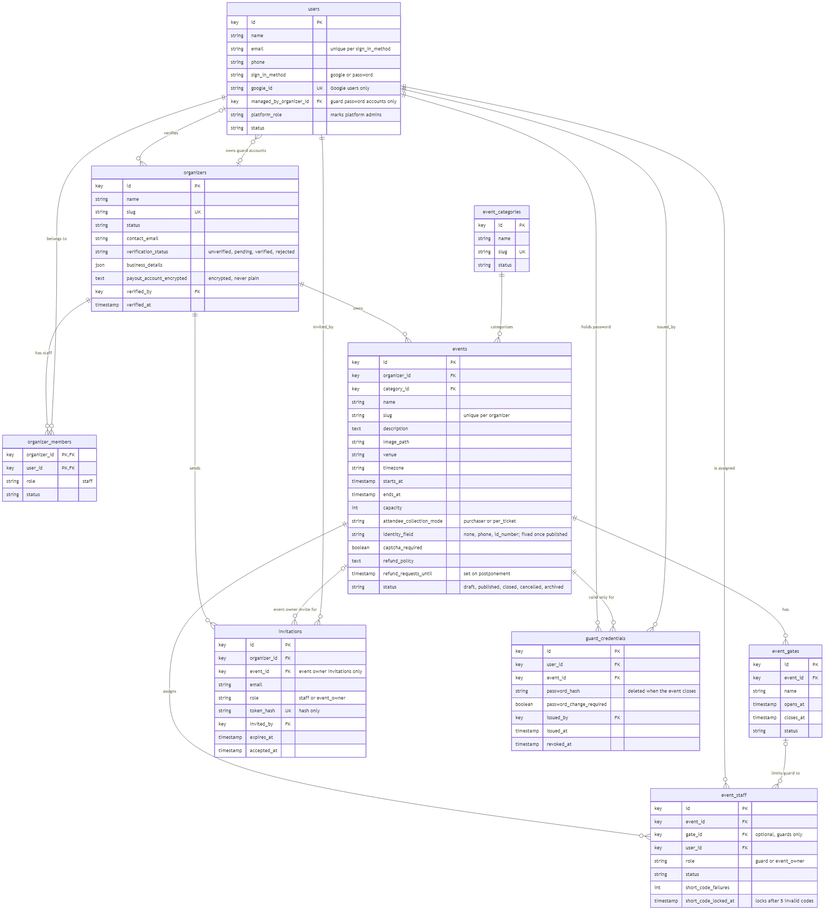
The Mermaid diagram doc/diagrams/erd/01-identity-and-tenancy.png in kreativesahara/ticket, before a commit. Its source is kept beside it as doc/diagrams/erd/01-identity-and-tenancy.mmd. The source it was exported from:
```mermaid
erDiagram
    users {
        key id PK
        string name
        string email "unique per sign_in_method"
        string phone
        string sign_in_method "google or password"
        string google_id UK "Google users only"
        key managed_by_organizer_id FK "guard password accounts only"
        string platform_role "marks platform admins"
        string status
    }
    organizers {
        key id PK
        string name
        string slug UK
        string status
        string contact_email
        string verification_status "unverified, pending, verified, rejected"
        json business_details
        text payout_account_encrypted "encrypted, never plain"
        key verified_by FK
        timestamp verified_at
    }
    organizer_members {
        key organizer_id PK, FK
        key user_id PK, FK
        string role "staff"
        string status
    }
    event_categories {
        key id PK
        string name
        string slug UK
        string status
    }
    events {
        key id PK
        key organizer_id FK
        key category_id FK
        string name
        string slug "unique per organizer"
        text description
        string image_path
        string venue
        string timezone
        timestamp starts_at
        timestamp ends_at
        int capacity
        string attendee_collection_mode "purchaser or per_ticket"
        string identity_field "none, phone, id_number; fixed once published"
        boolean captcha_required
        text refund_policy
        timestamp refund_requests_until "set on postponement"
        string status "draft, published, closed, cancelled, archived"
    }
    event_gates {
        key id PK
        key event_id FK
        string name
        timestamp opens_at
        timestamp closes_at
        string status
    }
    event_staff {
        key id PK
        key event_id FK
        key gate_id FK "optional, guards only"
        key user_id FK
        string role "guard or event_owner"
        string status
        int short_code_failures
        timestamp short_code_locked_at "locks after 5 invalid codes"
    }
    invitations {
        key id PK
        key organizer_id FK
        key event_id FK "event owner invitations only"
        string email
        string role "staff or event_owner"
        string token_hash UK "hash only"
        key invited_by FK
        timestamp expires_at
        timestamp accepted_at
    }
    guard_credentials {
        key id PK
        key user_id FK
        key event_id FK
        string password_hash "deleted when the event closes"
        boolean password_change_required
        key issued_by FK
        timestamp issued_at
        timestamp revoked_at
    }

    organizers ||--o{ organizer_members : "has staff"
    users ||--o{ organizer_members : "belongs to"
    organizers |o--o{ users : "owns guard accounts"
    users |o--o{ organizers : "verifies"
    organizers ||--o{ events : "owns"
    event_categories ||--o{ events : "categorizes"
    events ||--o{ event_gates : "has"
    events ||--o{ event_staff : "assigns"
    users ||--o{ event_staff : "is assigned"
    event_gates |o--o{ event_staff : "limits guard to"
    organizers ||--o{ invitations : "sends"
    events |o--o{ invitations : "event owner invite for"
    users ||--o{ invitations : "invited_by"
    users ||--o{ guard_credentials : "holds password"
    events ||--o{ guard_credentials : "valid only for"
    users ||--o{ guard_credentials : "issued_by"
```
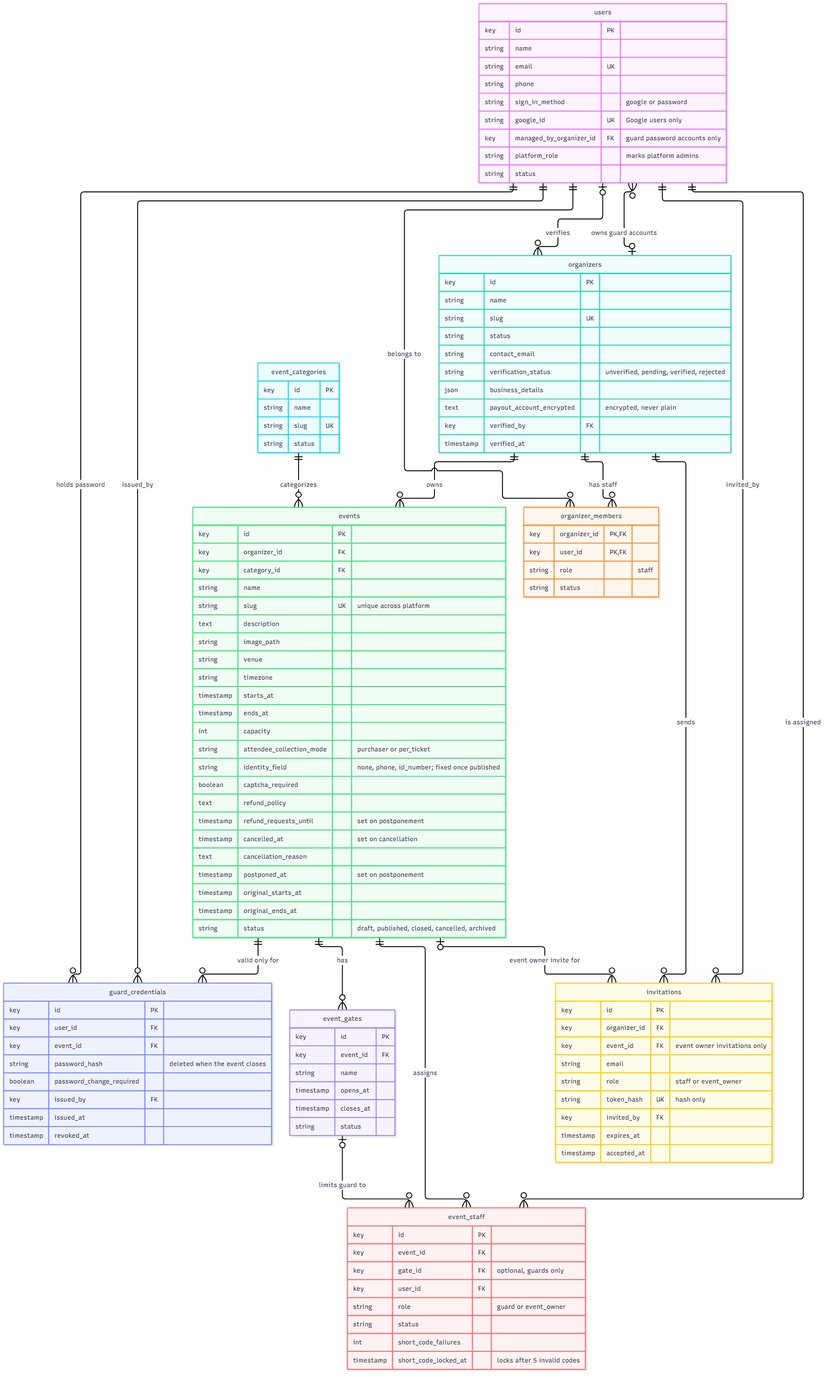
After the change.

What changed in the source:
```diff
@@ -2,7 +2,7 @@
     users {
         key id PK
         string name
-        string email "unique per sign_in_method"
+        string email UK
         string phone
         string sign_in_method "google or password"
         string google_id UK "Google users only"
@@ -39,7 +39,7 @@
         key organizer_id FK
         key category_id FK
         string name
-        string slug "unique per organizer"
+        string slug UK "unique across platform"
         text description
         string image_path
         string venue
@@ -52,6 +52,11 @@
         boolean captcha_required
         text refund_policy
         timestamp refund_requests_until "set on postponement"
+        timestamp cancelled_at "set on cancellation"
+        text cancellation_reason
+        timestamp postponed_at "set on postponement"
+        timestamp original_starts_at
+        timestamp original_ends_at
         string status "draft, published, closed, cancelled, archived"
     }
     event_gates {
```
